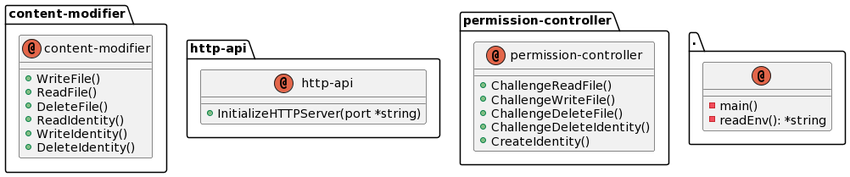
This is docs/architecture/actual.png from ntrotner/otp-filemanager, a PlantUML export, as it was before one commit.
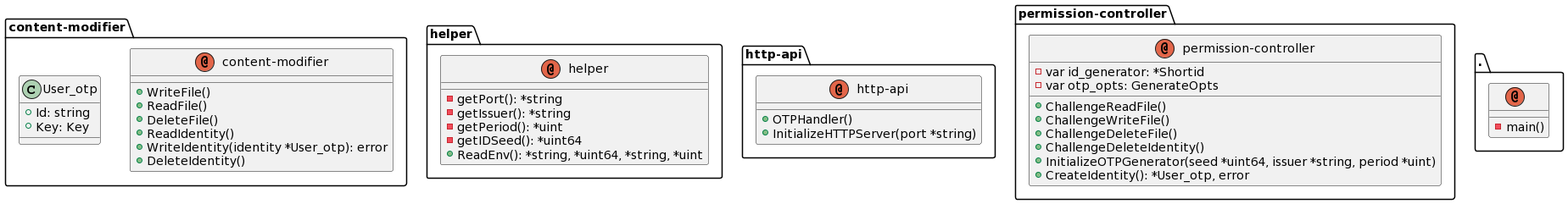
Later version of the same file.

Diff of the diagram source:
```diff
@@ -7,26 +7,45 @@
 +ReadFile()
 +DeleteFile()
 +ReadIdentity()
-+WriteIdentity()
++WriteIdentity(identity *User_otp): error
 +DeleteIdentity()
+}
+class User_otp {
++Id: string
++Key: Key
+
+}
+}
+package helper{
+annotation helper {
+
+
+-getPort(): *string
+-getIssuer(): *string
+-getPeriod(): *uint
+-getIDSeed(): *uint64
++ReadEnv(): *string, *uint64, *string, *uint
 }
 }
 package http-api{
 annotation http-api {
 
 
++OTPHandler()
 +InitializeHTTPServer(port *string)
 }
 }
 package permission-controller{
 annotation permission-controller {
 
-
+-var id_generator: *Shortid
+-var otp_opts: GenerateOpts
 +ChallengeReadFile()
 +ChallengeWriteFile()
 +ChallengeDeleteFile()
 +ChallengeDeleteIdentity()
-+CreateIdentity()
++InitializeOTPGenerator(seed *uint64, issuer *string, period *uint)
++CreateIdentity(): *User_otp, error
 }
 }
 package .{
@@ -34,7 +53,6 @@
 
 
 -main()
--readEnv(): *string
 }
 }
 @enduml
```
